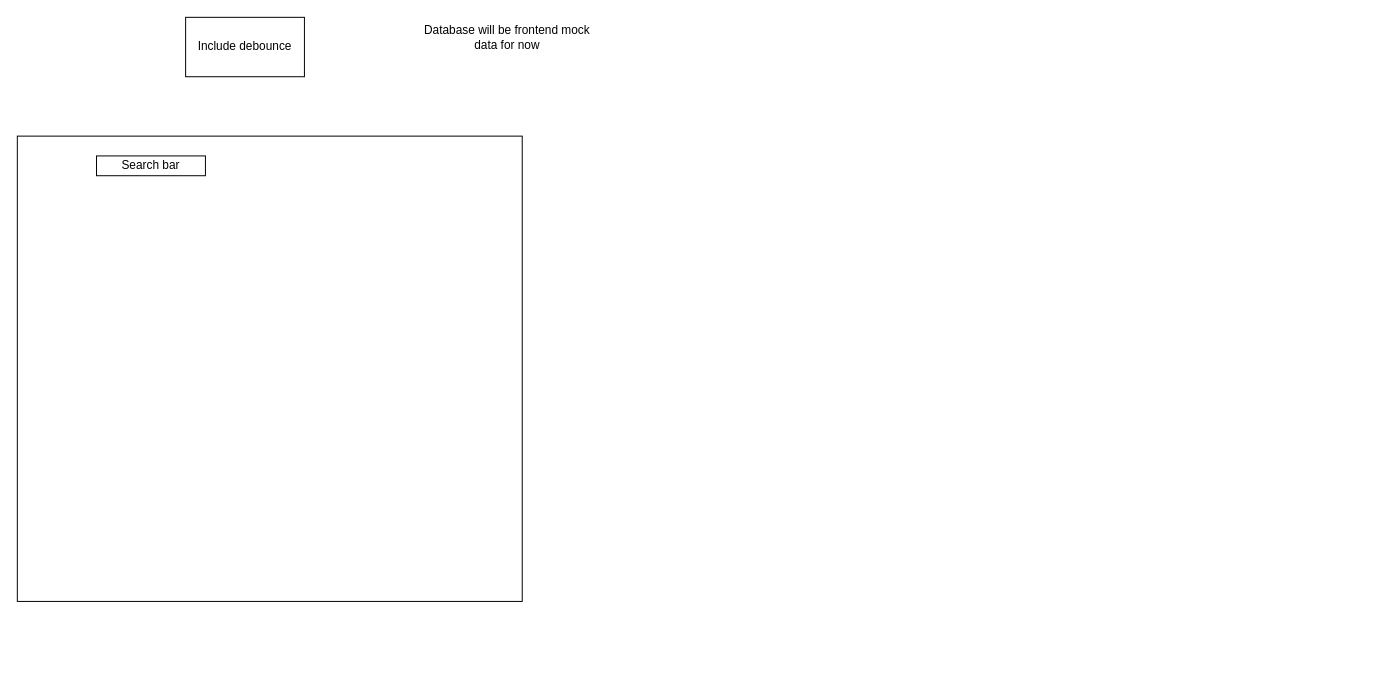
Above: FEEQuestionBank.drawio in KaidenCoder/DrawIORepo (draw.io), before the change. Source tidied: cells renumbered, new cells numbered last; positions are measured from the earlier drawing's top-left corner, leaving out a move shared by most shapes. Both pictures are drawn from the tidied source at 99%, with x=0, y=0 at pixel (17, 17).
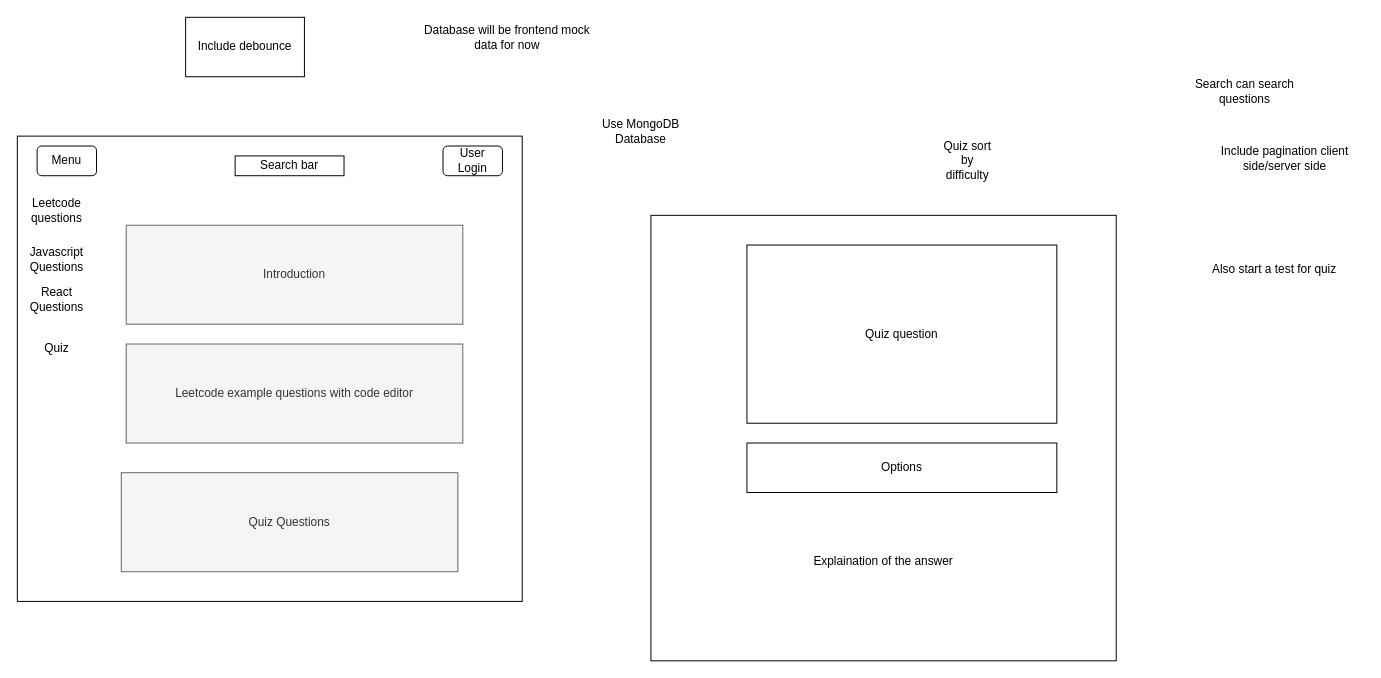
The same diagram, later.

The edit, as a diff of the source:
```diff
@@
     <mxCell id="3" value="Search bar" style="rounded=0;whiteSpace=wrap;html=1;" parent="1" vertex="1">
-      <mxGeometry x="80" y="140" width="110" height="20" as="geometry" />
+      <mxGeometry x="220" y="140" width="110" height="20" as="geometry" />
     </mxCell>
@@
+    <mxCell id="6" value="Menu" style="rounded=1;whiteSpace=wrap;html=1;" parent="1" vertex="1">
+      <mxGeometry x="20" y="130" width="60" height="30" as="geometry" />
+    </mxCell>
+    <mxCell id="7" value="User Login" style="rounded=1;whiteSpace=wrap;html=1;" parent="1" vertex="1">
+      <mxGeometry x="430" y="130" width="60" height="30" as="geometry" />
+    </mxCell>
+    <mxCell id="8" value="Use MongoDB Database" style="text;html=1;whiteSpace=wrap;strokeColor=none;fillColor=none;align=center;verticalAlign=middle;rounded=0;" parent="1" vertex="1">
+      <mxGeometry x="570" y="90" width="120" height="50" as="geometry" />
+    </mxCell>
+    <mxCell id="9" value="Leetcode questions" style="text;html=1;whiteSpace=wrap;strokeColor=none;fillColor=none;align=center;verticalAlign=middle;rounded=0;" parent="1" vertex="1">
+      <mxGeometry x="10" y="180" width="60" height="30" as="geometry" />
+    </mxCell>
+    <mxCell id="10" value="Javascript Questions" style="text;html=1;whiteSpace=wrap;strokeColor=none;fillColor=none;align=center;verticalAlign=middle;rounded=0;" parent="1" vertex="1">
+      <mxGeometry x="10" y="230" width="60" height="30" as="geometry" />
+    </mxCell>
+    <mxCell id="11" value="React Questions" style="text;html=1;whiteSpace=wrap;strokeColor=none;fillColor=none;align=center;verticalAlign=middle;rounded=0;" parent="1" vertex="1">
+      <mxGeometry x="10" y="270" width="60" height="30" as="geometry" />
+    </mxCell>
+    <mxCell id="12" value="Quiz" style="text;html=1;whiteSpace=wrap;strokeColor=none;fillColor=none;align=center;verticalAlign=middle;rounded=0;" parent="1" vertex="1">
+      <mxGeometry x="10" y="320" width="60" height="30" as="geometry" />
+    </mxCell>
+    <mxCell id="13" value="Introduction" style="text;html=1;whiteSpace=wrap;strokeColor=#666666;fillColor=#f5f5f5;align=center;verticalAlign=middle;rounded=0;fontColor=#333333;" parent="1" vertex="1">
+      <mxGeometry x="110" y="210" width="340" height="100" as="geometry" />
+    </mxCell>
+    <mxCell id="14" value="Leetcode example questions with code editor" style="text;html=1;whiteSpace=wrap;strokeColor=#666666;fillColor=#f5f5f5;align=center;verticalAlign=middle;rounded=0;fontColor=#333333;" parent="1" vertex="1">
+      <mxGeometry x="110" y="330" width="340" height="100" as="geometry" />
+    </mxCell>
+    <mxCell id="15" value="Quiz Questions" style="text;html=1;whiteSpace=wrap;strokeColor=#666666;fillColor=#f5f5f5;align=center;verticalAlign=middle;rounded=0;fontColor=#333333;" parent="1" vertex="1">
+      <mxGeometry x="105" y="460" width="340" height="100" as="geometry" />
+    </mxCell>
+    <mxCell id="16" style="rounded=0;whiteSpace=wrap;html=1;" parent="1" vertex="1">
+      <mxGeometry x="640" y="200" width="470" height="450" as="geometry" />
+    </mxCell>
+    <mxCell id="17" value="Quiz question" style="rounded=0;whiteSpace=wrap;html=1;" parent="1" vertex="1">
+      <mxGeometry x="737" y="230" width="313" height="180" as="geometry" />
+    </mxCell>
+    <mxCell id="18" value="Options" style="rounded=0;whiteSpace=wrap;html=1;" parent="1" vertex="1">
+      <mxGeometry x="737" y="430" width="313" height="50" as="geometry" />
+    </mxCell>
+    <mxCell id="19" value="Explaination of the answer" style="text;html=1;whiteSpace=wrap;strokeColor=none;fillColor=none;align=center;verticalAlign=middle;rounded=0;" parent="1" vertex="1">
+      <mxGeometry x="760" y="520" width="230" height="60" as="geometry" />
+    </mxCell>
+    <mxCell id="20" value="Quiz sort by difficulty" style="text;html=1;whiteSpace=wrap;strokeColor=none;fillColor=none;align=center;verticalAlign=middle;rounded=0;" parent="1" vertex="1">
+      <mxGeometry x="930" y="130" width="60" height="30" as="geometry" />
+    </mxCell>
+    <mxCell id="21" value="Include pagination client side/server side" style="text;html=1;whiteSpace=wrap;strokeColor=none;fillColor=none;align=center;verticalAlign=middle;rounded=0;" parent="1" vertex="1">
+      <mxGeometry x="1201" y="130" width="159" height="25" as="geometry" />
+    </mxCell>
+    <mxCell id="22" value="Also start a test for quiz" style="text;html=1;whiteSpace=wrap;strokeColor=none;fillColor=none;align=center;verticalAlign=middle;rounded=0;" parent="1" vertex="1">
+      <mxGeometry x="1180" y="220" width="180" height="70" as="geometry" />
+    </mxCell>
+    <mxCell id="23" value="Search can search questions" style="text;html=1;whiteSpace=wrap;strokeColor=none;fillColor=none;align=center;verticalAlign=middle;rounded=0;" parent="1" vertex="1">
+      <mxGeometry x="1170" y="60" width="140" height="30" as="geometry" />
+    </mxCell>
```
